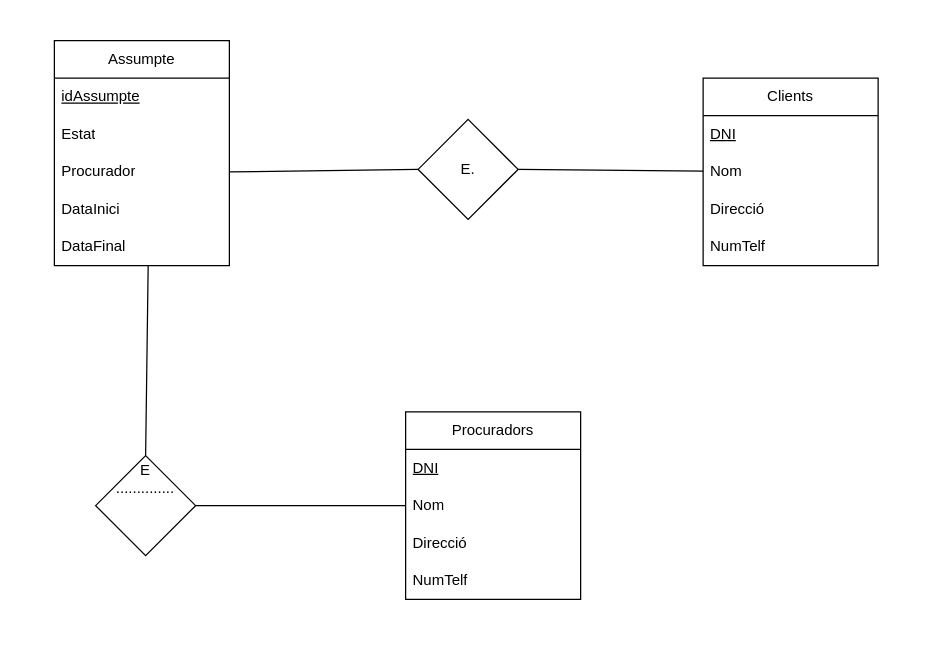
This is 0377-ASGBD (M10)/ZOO.drawio from gxldnn/edt, a draw.io file, before an edit. Source tidied: cells renumbered, new cells numbered last; positions are measured from the earlier drawing's top-left corner, leaving out a move shared by most shapes. Both pictures are drawn from the tidied source at 125%, with x=0, y=0 at pixel (54, 40).
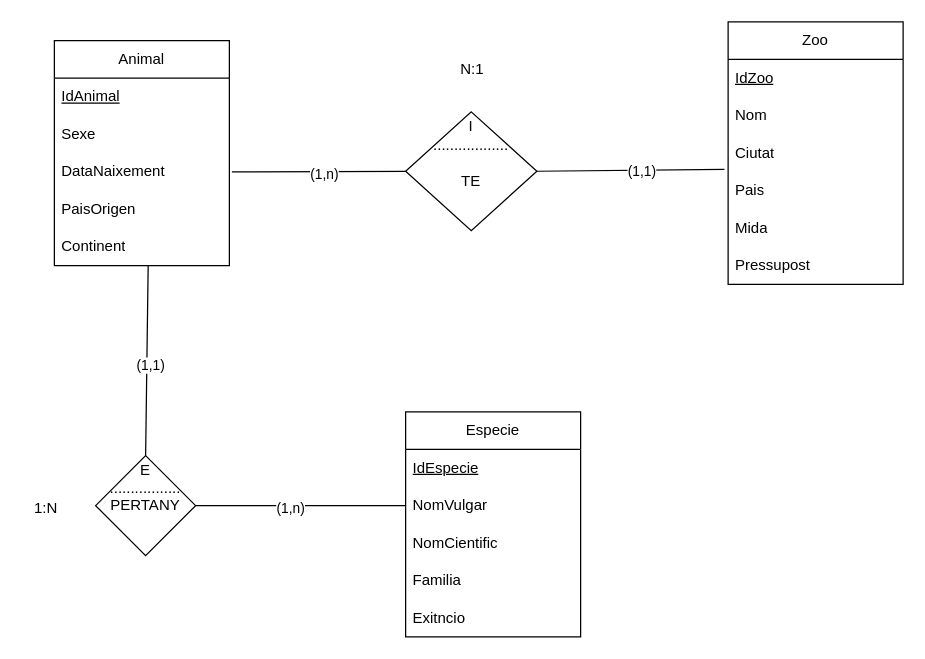
The same page after the edit.

The change refers to these unchanged cells:
```xml
<mxCell id="10" value="Nom" style="text;strokeColor=none;fillColor=none;align=left;verticalAlign=middle;spacingLeft=4;spacingRight=4;overflow=hidden;points=[[0,0.5],[1,0.5]];portConstraint=eastwest;whiteSpace=wrap;html=1;" parent="8" vertex="1">
  <mxGeometry y="60" width="140" height="30" as="geometry" />
</mxCell>
```

What changed in the source:
```diff
@@
-    <mxCell id="2" value="Assumpte" style="swimlane;fontStyle=0;horizontal=1;startSize=30;whiteSpace=wrap;html=1;" parent="1" vertex="1">
+    <mxCell id="2" value="Animal" style="swimlane;fontStyle=0;horizontal=1;startSize=30;whiteSpace=wrap;html=1;" parent="1" vertex="1">
       <mxGeometry width="140" height="180" as="geometry" />
     </mxCell>
-    <mxCell id="3" value="&lt;u&gt;idAssumpte&lt;/u&gt;" style="text;strokeColor=none;fillColor=none;align=left;verticalAlign=middle;spacingLeft=4;spacingRight=4;overflow=hidden;whiteSpace=wrap;html=1;" parent="2" vertex="1">
+    <mxCell id="3" value="&lt;u&gt;IdAnimal&lt;/u&gt;" style="text;strokeColor=none;fillColor=none;align=left;verticalAlign=middle;spacingLeft=4;spacingRight=4;overflow=hidden;whiteSpace=wrap;html=1;" parent="2" vertex="1">
       <mxGeometry y="30" width="140" height="30" as="geometry" />
     </mxCell>
-    <mxCell id="4" value="Estat" style="text;strokeColor=none;fillColor=none;align=left;verticalAlign=middle;spacingLeft=4;spacingRight=4;overflow=hidden;whiteSpace=wrap;html=1;" parent="2" vertex="1">
+    <mxCell id="4" value="Sexe" style="text;strokeColor=none;fillColor=none;align=left;verticalAlign=middle;spacingLeft=4;spacingRight=4;overflow=hidden;whiteSpace=wrap;html=1;" parent="2" vertex="1">
       <mxGeometry y="60" width="140" height="30" as="geometry" />
     </mxCell>
-    <mxCell id="5" value="Procurador" style="text;strokeColor=none;fillColor=none;align=left;verticalAlign=middle;spacingLeft=4;spacingRight=4;overflow=hidden;points=[[0,0.5],[1,0.5]];portConstraint=eastwest;whiteSpace=wrap;html=1;" parent="2" vertex="1">
+    <mxCell id="5" value="DataNaixement" style="text;strokeColor=none;fillColor=none;align=left;verticalAlign=middle;spacingLeft=4;spacingRight=4;overflow=hidden;points=[[0,0.5],[1,0.5]];portConstraint=eastwest;whiteSpace=wrap;html=1;" parent="2" vertex="1">
       <mxGeometry y="90" width="140" height="30" as="geometry" />
     </mxCell>
-    <mxCell id="6" value="DataInici" style="text;strokeColor=none;fillColor=none;align=left;verticalAlign=middle;spacingLeft=4;spacingRight=4;overflow=hidden;whiteSpace=wrap;html=1;" parent="2" vertex="1">
+    <mxCell id="6" value="PaisOrigen" style="text;strokeColor=none;fillColor=none;align=left;verticalAlign=middle;spacingLeft=4;spacingRight=4;overflow=hidden;whiteSpace=wrap;html=1;" parent="2" vertex="1">
       <mxGeometry y="120" width="140" height="30" as="geometry" />
     </mxCell>
-    <mxCell id="7" value="DataFinal" style="text;strokeColor=none;fillColor=none;align=left;verticalAlign=middle;spacingLeft=4;spacingRight=4;overflow=hidden;points=[[0,0.5],[1,0.5]];portConstraint=eastwest;whiteSpace=wrap;html=1;" parent="2" vertex="1">
+    <mxCell id="7" value="Continent" style="text;strokeColor=none;fillColor=none;align=left;verticalAlign=middle;spacingLeft=4;spacingRight=4;overflow=hidden;points=[[0,0.5],[1,0.5]];portConstraint=eastwest;whiteSpace=wrap;html=1;" parent="2" vertex="1">
       <mxGeometry y="150" width="140" height="30" as="geometry" />
     </mxCell>
-    <mxCell id="8" value="Clients" style="swimlane;fontStyle=0;horizontal=1;startSize=30;whiteSpace=wrap;html=1;" parent="1" vertex="1">
-      <mxGeometry x="519" y="30" width="140" height="150" as="geometry" />
+    <mxCell id="8" value="Zoo" style="swimlane;fontStyle=0;horizontal=1;startSize=30;whiteSpace=wrap;html=1;" parent="1" vertex="1">
+      <mxGeometry x="539" y="-15" width="140" height="210" as="geometry" />
     </mxCell>
-    <mxCell id="9" value="&lt;u&gt;DNI&lt;/u&gt;" style="text;strokeColor=none;fillColor=none;align=left;verticalAlign=middle;spacingLeft=4;spacingRight=4;overflow=hidden;whiteSpace=wrap;html=1;" parent="8" vertex="1">
+    <mxCell id="9" value="&lt;u&gt;IdZoo&lt;/u&gt;" style="text;strokeColor=none;fillColor=none;align=left;verticalAlign=middle;spacingLeft=4;spacingRight=4;overflow=hidden;whiteSpace=wrap;html=1;" parent="8" vertex="1">
       <mxGeometry y="30" width="140" height="30" as="geometry" />
     </mxCell>
@@
-    <mxCell id="11" value="Direcció" style="text;strokeColor=none;fillColor=none;align=left;verticalAlign=middle;spacingLeft=4;spacingRight=4;overflow=hidden;points=[[0,0.5],[1,0.5]];portConstraint=eastwest;whiteSpace=wrap;html=1;" parent="8" vertex="1">
+    <mxCell id="11" value="Ciutat" style="text;strokeColor=none;fillColor=none;align=left;verticalAlign=middle;spacingLeft=4;spacingRight=4;overflow=hidden;points=[[0,0.5],[1,0.5]];portConstraint=eastwest;whiteSpace=wrap;html=1;" parent="8" vertex="1">
       <mxGeometry y="90" width="140" height="30" as="geometry" />
     </mxCell>
-    <mxCell id="12" value="NumTelf" style="text;strokeColor=none;fillColor=none;align=left;verticalAlign=middle;spacingLeft=4;spacingRight=4;overflow=hidden;whiteSpace=wrap;html=1;" parent="8" vertex="1">
+    <mxCell id="12" value="Pais" style="text;strokeColor=none;fillColor=none;align=left;verticalAlign=middle;spacingLeft=4;spacingRight=4;overflow=hidden;whiteSpace=wrap;html=1;" parent="8" vertex="1">
       <mxGeometry y="120" width="140" height="30" as="geometry" />
     </mxCell>
+    <mxCell id="24" value="Mida" style="text;strokeColor=none;fillColor=none;align=left;verticalAlign=middle;spacingLeft=4;spacingRight=4;overflow=hidden;whiteSpace=wrap;html=1;" parent="8" vertex="1">
+      <mxGeometry y="150" width="140" height="30" as="geometry" />
+    </mxCell>
+    <mxCell id="25" value="Pressupost" style="text;strokeColor=none;fillColor=none;align=left;verticalAlign=middle;spacingLeft=4;spacingRight=4;overflow=hidden;whiteSpace=wrap;html=1;" parent="8" vertex="1">
+      <mxGeometry y="180" width="140" height="30" as="geometry" />
+    </mxCell>
-    <mxCell id="13" value="Procuradors" style="swimlane;fontStyle=0;horizontal=1;startSize=30;whiteSpace=wrap;html=1;" parent="1" vertex="1">
-      <mxGeometry x="281" y="297" width="140" height="150" as="geometry" />
+    <mxCell id="13" value="Especie" style="swimlane;fontStyle=0;horizontal=1;startSize=30;whiteSpace=wrap;html=1;" parent="1" vertex="1">
+      <mxGeometry x="281" y="297" width="140" height="180" as="geometry" />
     </mxCell>
-    <mxCell id="14" value="&lt;u&gt;DNI&lt;/u&gt;" style="text;strokeColor=none;fillColor=none;align=left;verticalAlign=middle;spacingLeft=4;spacingRight=4;overflow=hidden;whiteSpace=wrap;html=1;" parent="13" vertex="1">
+    <mxCell id="14" value="&lt;u&gt;IdEspecie&lt;/u&gt;" style="text;strokeColor=none;fillColor=none;align=left;verticalAlign=middle;spacingLeft=4;spacingRight=4;overflow=hidden;whiteSpace=wrap;html=1;" parent="13" vertex="1">
       <mxGeometry y="30" width="140" height="30" as="geometry" />
     </mxCell>
-    <mxCell id="15" value="Nom" style="text;strokeColor=none;fillColor=none;align=left;verticalAlign=middle;spacingLeft=4;spacingRight=4;overflow=hidden;points=[[0,0.5],[1,0.5]];portConstraint=eastwest;whiteSpace=wrap;html=1;" parent="13" vertex="1">
+    <mxCell id="15" value="NomVulgar" style="text;strokeColor=none;fillColor=none;align=left;verticalAlign=middle;spacingLeft=4;spacingRight=4;overflow=hidden;points=[[0,0.5],[1,0.5]];portConstraint=eastwest;whiteSpace=wrap;html=1;" parent="13" vertex="1">
       <mxGeometry y="60" width="140" height="30" as="geometry" />
     </mxCell>
-    <mxCell id="16" value="Direcció" style="text;strokeColor=none;fillColor=none;align=left;verticalAlign=middle;spacingLeft=4;spacingRight=4;overflow=hidden;whiteSpace=wrap;html=1;" parent="13" vertex="1">
+    <mxCell id="16" value="NomCientific" style="text;strokeColor=none;fillColor=none;align=left;verticalAlign=middle;spacingLeft=4;spacingRight=4;overflow=hidden;whiteSpace=wrap;html=1;" parent="13" vertex="1">
       <mxGeometry y="90" width="140" height="30" as="geometry" />
     </mxCell>
-    <mxCell id="17" value="NumTelf" style="text;strokeColor=none;fillColor=none;align=left;verticalAlign=middle;spacingLeft=4;spacingRight=4;overflow=hidden;whiteSpace=wrap;html=1;" parent="13" vertex="1">
+    <mxCell id="17" value="Familia" style="text;strokeColor=none;fillColor=none;align=left;verticalAlign=middle;spacingLeft=4;spacingRight=4;overflow=hidden;whiteSpace=wrap;html=1;" parent="13" vertex="1">
       <mxGeometry y="120" width="140" height="30" as="geometry" />
     </mxCell>
+    <mxCell id="26" value="&lt;div&gt;Exitncio&lt;/div&gt;" style="text;strokeColor=none;fillColor=none;align=left;verticalAlign=middle;spacingLeft=4;spacingRight=4;overflow=hidden;whiteSpace=wrap;html=1;" parent="13" vertex="1">
+      <mxGeometry y="150" width="140" height="30" as="geometry" />
+    </mxCell>
+    <mxCell id="19" style="endArrow=none;html=1;rounded=0;fontSize=12;startSize=8;endSize=8;curved=1;entryX=0;entryY=0.5;entryDx=0;entryDy=0;" parent="1" edge="1" target="18">
+      <mxGeometry relative="1" as="geometry">
+        <mxPoint x="142" y="105" as="sourcePoint" />
+      </mxGeometry>
+    </mxCell>
+    <mxCell id="27" value="(1,n)" style="edgeLabel;html=1;align=center;verticalAlign=middle;" parent="19" vertex="1">
+      <mxGeometry x="0.05" y="-2" relative="1" as="geometry" />
+    </mxCell>
+    <mxCell id="20" style="endArrow=none;html=1;rounded=0;fontSize=12;startSize=8;endSize=8;curved=1;exitX=1;exitY=0.5;exitDx=0;exitDy=0;entryX=-0.021;entryY=0.933;entryDx=0;entryDy=0;entryPerimeter=0;" parent="1" edge="1" source="18" target="11">
+      <mxGeometry relative="1" as="geometry" />
+    </mxCell>
+    <mxCell id="28" value="(1,1)" style="edgeLabel;html=1;align=center;verticalAlign=middle;" parent="20" vertex="1">
+      <mxGeometry x="0.11" y="-1" relative="1" as="geometry" />
+    </mxCell>
+    <mxCell id="22" style="endArrow=none;html=1;rounded=0;fontSize=12;startSize=8;endSize=8;curved=1;entryX=0.5;entryY=0;entryDx=0;entryDy=0;exitX=0.536;exitY=1;exitDx=0;exitDy=0;exitPerimeter=0;" parent="1" edge="1" source="7" target="21">
+      <mxGeometry relative="1" as="geometry" />
+    </mxCell>
+    <mxCell id="29" value="(1,1)" style="edgeLabel;html=1;align=center;verticalAlign=middle;" parent="22" vertex="1">
+      <mxGeometry x="0.04" y="3" relative="1" as="geometry" />
+    </mxCell>
+    <mxCell id="23" style="endArrow=none;html=1;rounded=0;fontSize=12;startSize=8;endSize=8;curved=1;exitX=1;exitY=0.5;exitDx=0;exitDy=0;entryX=0;entryY=0.5;entryDx=0;entryDy=0;" parent="1" edge="1" source="21" target="15">
+      <mxGeometry relative="1" as="geometry" />
+    </mxCell>
+    <mxCell id="30" value="(1,n)" style="edgeLabel;html=1;align=center;verticalAlign=middle;" parent="23" vertex="1">
+      <mxGeometry x="-0.11" y="-1" relative="1" as="geometry" />
+    </mxCell>
+    <mxCell id="31" style="group;" parent="1" vertex="1">
+      <mxGeometry x="281" y="10" width="105" height="142" as="geometry" />
+    </mxCell>
-    <mxCell id="18" value="&lt;div&gt;E.&lt;/div&gt;" style="rhombus;whiteSpace=wrap;html=1;" parent="1" vertex="1">
-      <mxGeometry x="291" y="63" width="80" height="80" as="geometry" />
+    <mxCell id="18" value="&lt;div&gt;I&lt;br&gt;&lt;/div&gt;&lt;div&gt;..................&lt;/div&gt;&lt;div&gt;&lt;br&gt;&lt;/div&gt;&lt;div&gt;TE&lt;br&gt;&lt;/div&gt;&lt;div&gt;&lt;br&gt;&lt;/div&gt;&lt;div&gt;&lt;br&gt;&lt;/div&gt;" style="rhombus;whiteSpace=wrap;html=1;" parent="31" vertex="1">
+      <mxGeometry y="47" width="105" height="95" as="geometry" />
     </mxCell>
-    <mxCell id="19" style="endArrow=none;html=1;rounded=0;fontSize=12;startSize=8;endSize=8;curved=1;entryX=0;entryY=0.5;entryDx=0;entryDy=0;exitX=1;exitY=0.5;exitDx=0;exitDy=0;" parent="1" edge="1" source="5" target="18">
-      <mxGeometry relative="1" as="geometry" />
-    </mxCell>
-    <mxCell id="20" style="endArrow=none;html=1;rounded=0;fontSize=12;startSize=8;endSize=8;curved=1;exitX=1;exitY=0.5;exitDx=0;exitDy=0;" parent="1" edge="1" source="18" target="10">
-      <mxGeometry relative="1" as="geometry" />
-    </mxCell>
+    <mxCell id="32" value="N:1" style="text;html=1;align=center;verticalAlign=middle;strokeColor=none;fillColor=none;" parent="31" vertex="1">
+      <mxGeometry x="34" width="37" height="26" as="geometry" />
+    </mxCell>
+    <mxCell id="33" style="group;" parent="1" vertex="1">
+      <mxGeometry x="-26" y="332" width="139" height="80" as="geometry" />
+    </mxCell>
-    <mxCell id="21" value="&lt;div&gt;E&lt;/div&gt;&lt;div&gt;..............&lt;/div&gt;&lt;div&gt;&lt;br&gt;&lt;/div&gt;&lt;div&gt;&lt;br&gt;&lt;/div&gt;&lt;div&gt;&lt;br&gt;&lt;/div&gt;" style="rhombus;whiteSpace=wrap;html=1;" parent="1" vertex="1">
-      <mxGeometry x="33" y="332" width="80" height="80" as="geometry" />
+    <mxCell id="21" value="&lt;div&gt;E&lt;/div&gt;&lt;div&gt;.................&lt;/div&gt;&lt;div&gt;PERTANY&lt;br&gt;&lt;/div&gt;&lt;div&gt;&lt;br&gt;&lt;/div&gt;&lt;div&gt;&lt;br&gt;&lt;/div&gt;" style="rhombus;whiteSpace=wrap;html=1;" parent="33" vertex="1">
+      <mxGeometry x="59" width="80" height="80" as="geometry" />
     </mxCell>
-    <mxCell id="22" style="endArrow=none;html=1;rounded=0;fontSize=12;startSize=8;endSize=8;curved=1;entryX=0.5;entryY=0;entryDx=0;entryDy=0;exitX=0.536;exitY=1;exitDx=0;exitDy=0;exitPerimeter=0;" parent="1" edge="1" source="7" target="21">
-      <mxGeometry relative="1" as="geometry" />
-    </mxCell>
-    <mxCell id="23" style="endArrow=none;html=1;rounded=0;fontSize=12;startSize=8;endSize=8;curved=1;exitX=1;exitY=0.5;exitDx=0;exitDy=0;entryX=0;entryY=0.5;entryDx=0;entryDy=0;" parent="1" edge="1" source="21" target="15">
-      <mxGeometry relative="1" as="geometry" />
-    </mxCell>
+    <mxCell id="34" value="1:N" style="text;html=1;align=center;verticalAlign=middle;strokeColor=none;fillColor=none;" parent="33" vertex="1">
+      <mxGeometry y="29" width="37" height="26" as="geometry" />
+    </mxCell>
```
